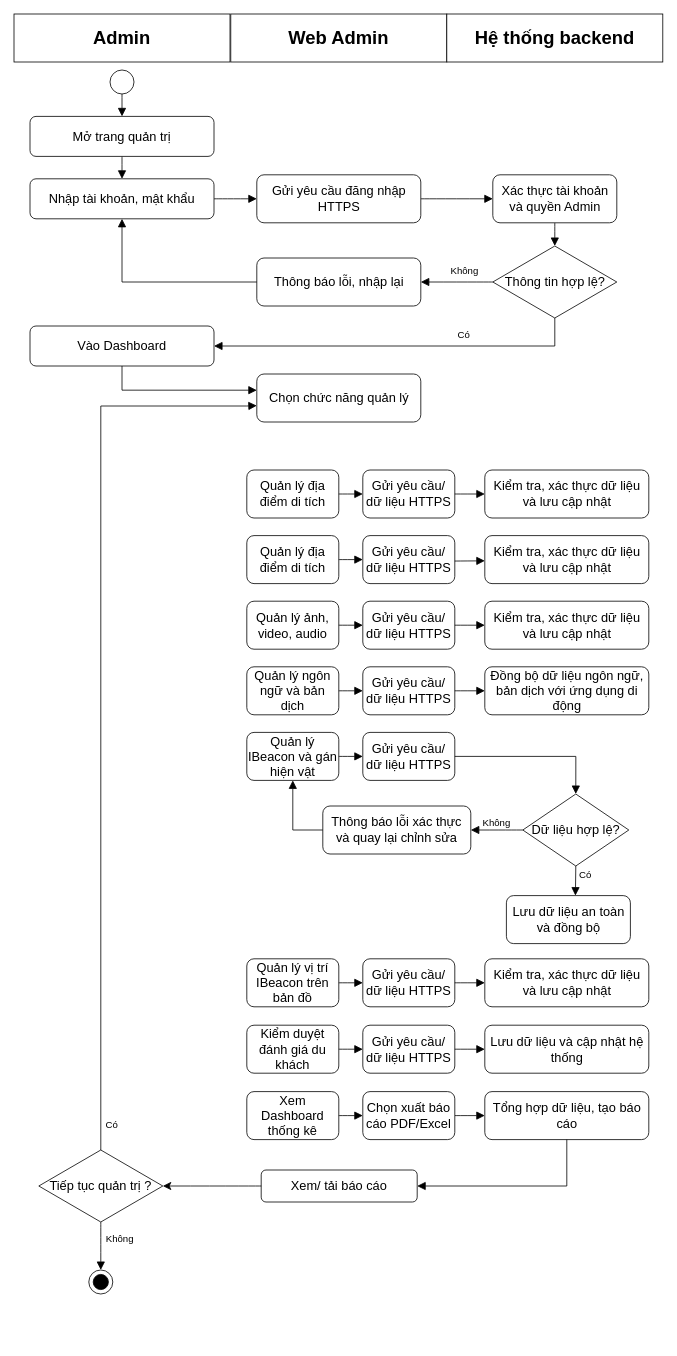
Above: Diagram/Activity/Untitled Diagram.drawio in Hoifbao/XDPMHDT (draw.io), before the change. Source tidied: cells renumbered, new cells numbered last; positions are measured from the earlier drawing's top-left corner, leaving out a move shared by most shapes. Both pictures are drawn from the tidied source at 80%, with x=0, y=0 at pixel (14, 14).
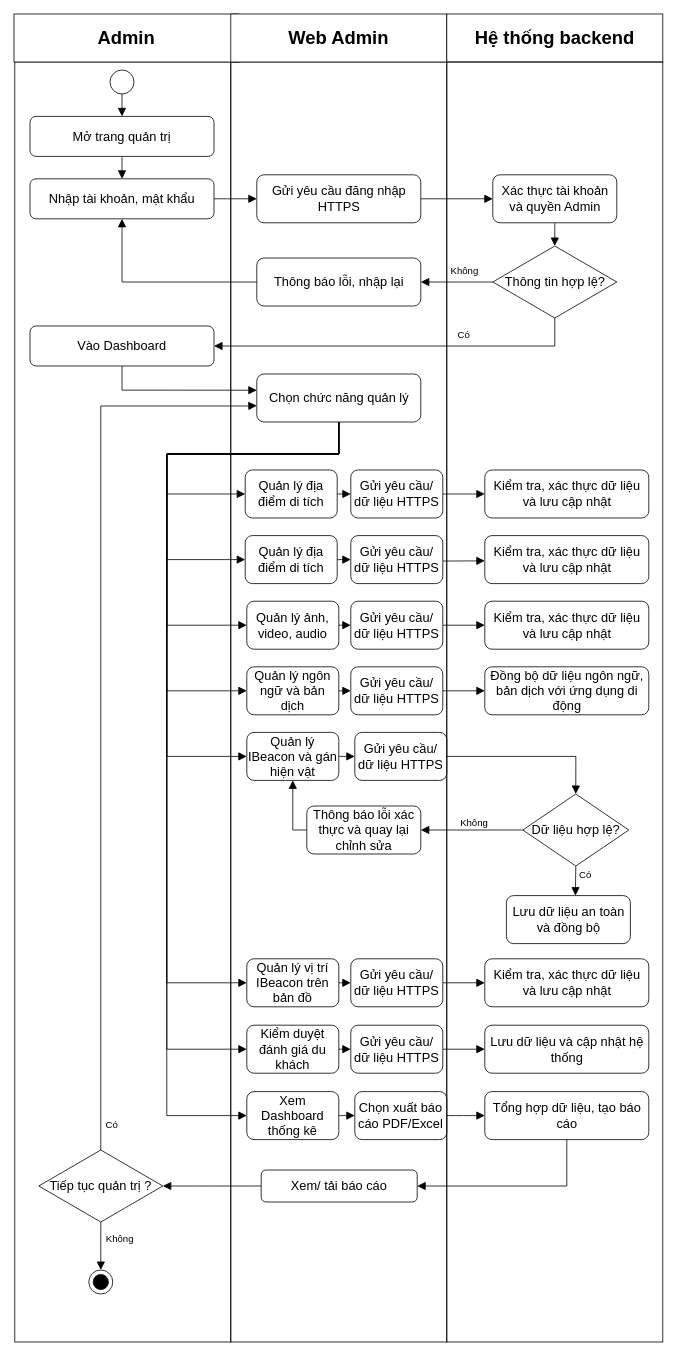
Above is the later version.

The change refers to these unchanged cells:
```xml
<mxCell id="30" value="&lt;span style=&quot;font-size: 16px;&quot;&gt;Quản lý ảnh, video, audio&lt;/span&gt;" style="rounded=1;whiteSpace=wrap;html=1;roundedPerimeter=1;" parent="1" vertex="1">
  <mxGeometry x="291" y="734" width="115" height="60" as="geometry" />
</mxCell>
<mxCell id="31" value="&lt;span style=&quot;font-size: 16px;&quot;&gt;Quản lý ngôn ngữ và bản dịch&lt;/span&gt;" style="rounded=1;whiteSpace=wrap;html=1;roundedPerimeter=1;" parent="1" vertex="1">
  <mxGeometry x="291" y="816" width="115" height="60" as="geometry" />
</mxCell>
<mxCell id="32" value="&lt;span style=&quot;font-size: 16px;&quot;&gt;Quản lý IBeacon và gán hiện vật&lt;/span&gt;" style="rounded=1;whiteSpace=wrap;html=1;roundedPerimeter=1;" parent="1" vertex="1">
  <mxGeometry x="291" y="898" width="115" height="60" as="geometry" />
</mxCell>
<mxCell id="33" value="&lt;font style=&quot;font-size: 16px;&quot;&gt;Chọn chức năng quản lý&lt;/font&gt;" style="rounded=1;whiteSpace=wrap;html=1;roundedPerimeter=1;" parent="1" vertex="1">
  <mxGeometry x="303.5" y="450" width="205" height="60" as="geometry" />
</mxCell>
<mxCell id="35" value="&lt;font style=&quot;font-size: 16px;&quot;&gt;Tiếp tục quản trị ?&lt;/font&gt;" style="rhombus;whiteSpace=wrap;html=1;shapeInside=1;" parent="1" vertex="1">
  <mxGeometry x="31" y="1420" width="155" height="90" as="geometry" />
</mxCell>
<mxCell id="55" value="&lt;span style=&quot;font-size: 16px;&quot;&gt;Quản lý vị trí IBeacon trên bản đồ&lt;/span&gt;" style="rounded=1;whiteSpace=wrap;html=1;roundedPerimeter=1;" parent="1" vertex="1">
  <mxGeometry x="291" y="1181" width="115" height="60" as="geometry" />
</mxCell>
<mxCell id="56" value="&lt;span style=&quot;font-size: 16px;&quot;&gt;Kiểm duyệt đánh giá du khách&lt;/span&gt;" style="rounded=1;whiteSpace=wrap;html=1;roundedPerimeter=1;" parent="1" vertex="1">
  <mxGeometry x="291" y="1264" width="115" height="60" as="geometry" />
</mxCell>
<mxCell id="57" value="&lt;span style=&quot;font-size: 16px;&quot;&gt;Xem Dashboard thống kê&lt;/span&gt;" style="rounded=1;whiteSpace=wrap;html=1;roundedPerimeter=1;" parent="1" vertex="1">
  <mxGeometry x="291" y="1347" width="115" height="60" as="geometry" />
</mxCell>
<mxCell id="58" value="&lt;span style=&quot;font-size: 16px;&quot;&gt;Xem/ tải báo cáo&lt;/span&gt;" style="rounded=1;whiteSpace=wrap;html=1;roundedPerimeter=1;" parent="1" vertex="1">
  <mxGeometry x="309" y="1445" width="195" height="40" as="geometry" />
</mxCell>
```

Change to the diagram source:
```diff
@@
+    <mxCell id="83" style="rounded=0;whiteSpace=wrap;html=1;fillColor=none;" parent="1" vertex="1">
+      <mxGeometry x="1" y="60" width="270" height="1600" as="geometry" />
+    </mxCell>
+    <mxCell id="84" style="rounded=0;whiteSpace=wrap;html=1;fillColor=none;" parent="1" vertex="1">
+      <mxGeometry x="271" y="60" width="270" height="1600" as="geometry" />
+    </mxCell>
     <mxCell id="2" value="&lt;font style=&quot;font-size: 23px;&quot;&gt;&lt;b&gt;Admin&lt;/b&gt;&lt;/font&gt;" style="rounded=0;whiteSpace=wrap;html=1;" parent="1" vertex="1">
-      <mxGeometry width="270" height="60" as="geometry" />
+      <mxGeometry width="281" height="60" as="geometry" />
     </mxCell>
@@
     <mxCell id="23" value="&lt;span style=&quot;font-size: 16px;&quot;&gt;Quản lý địa điểm di tích&lt;/span&gt;" style="rounded=1;whiteSpace=wrap;html=1;roundedPerimeter=1;" parent="1" vertex="1">
-      <mxGeometry x="291" y="570" width="115" height="60" as="geometry" />
+      <mxGeometry x="289" y="570" width="115" height="60" as="geometry" />
     </mxCell>
     <mxCell id="24" value="&lt;span style=&quot;font-size: 16px;&quot;&gt;Gửi yêu cầu/ dữ liệu HTTPS&lt;/span&gt;" style="rounded=1;whiteSpace=wrap;html=1;roundedPerimeter=1;" parent="1" vertex="1">
-      <mxGeometry x="436" y="570" width="115" height="60" as="geometry" />
+      <mxGeometry x="421" y="570" width="115" height="60" as="geometry" />
     </mxCell>
     <mxCell id="25" value="&lt;span style=&quot;font-size: 16px;&quot;&gt;Quản lý địa điểm di tích&lt;/span&gt;" style="rounded=1;whiteSpace=wrap;html=1;roundedPerimeter=1;" parent="1" vertex="1">
-      <mxGeometry x="291" y="652" width="115" height="60" as="geometry" />
+      <mxGeometry x="289" y="652" width="115" height="60" as="geometry" />
     </mxCell>
     <mxCell id="26" value="&lt;span style=&quot;font-size: 16px;&quot;&gt;Gửi yêu cầu/ dữ liệu HTTPS&lt;/span&gt;" style="rounded=1;whiteSpace=wrap;html=1;roundedPerimeter=1;" parent="1" vertex="1">
-      <mxGeometry x="436" y="652" width="115" height="60" as="geometry" />
+      <mxGeometry x="421" y="652" width="115" height="60" as="geometry" />
     </mxCell>
     <mxCell id="27" value="&lt;span style=&quot;font-size: 16px;&quot;&gt;Gửi yêu cầu/ dữ liệu HTTPS&lt;/span&gt;" style="rounded=1;whiteSpace=wrap;html=1;roundedPerimeter=1;" parent="1" vertex="1">
-      <mxGeometry x="436" y="734" width="115" height="60" as="geometry" />
+      <mxGeometry x="421" y="734" width="115" height="60" as="geometry" />
     </mxCell>
     <mxCell id="28" value="&lt;span style=&quot;font-size: 16px;&quot;&gt;Gửi yêu cầu/ dữ liệu HTTPS&lt;/span&gt;" style="rounded=1;whiteSpace=wrap;html=1;roundedPerimeter=1;" parent="1" vertex="1">
-      <mxGeometry x="436" y="816" width="115" height="60" as="geometry" />
+      <mxGeometry x="421" y="816" width="115" height="60" as="geometry" />
     </mxCell>
     <mxCell id="29" value="&lt;span style=&quot;font-size: 16px;&quot;&gt;Gửi yêu cầu/ dữ liệu HTTPS&lt;/span&gt;" style="rounded=1;whiteSpace=wrap;html=1;roundedPerimeter=1;" parent="1" vertex="1">
-      <mxGeometry x="436" y="898" width="115" height="60" as="geometry" />
+      <mxGeometry x="426" y="898" width="115" height="60" as="geometry" />
     </mxCell>
@@
     <mxCell id="41" value="&lt;span style=&quot;font-size: 16px;&quot;&gt;Thông báo lỗi xác thực và quay lại chỉnh sửa&lt;/span&gt;" style="rounded=1;whiteSpace=wrap;html=1;roundedPerimeter=1;" parent="1" vertex="1">
-      <mxGeometry x="386" y="990" width="185" height="60" as="geometry" />
+      <mxGeometry x="366" y="990" width="142.5" height="60" as="geometry" />
     </mxCell>
@@
     <mxCell id="52" value="&lt;span style=&quot;font-size: 16px;&quot;&gt;Gửi yêu cầu/ dữ liệu HTTPS&lt;/span&gt;" style="rounded=1;whiteSpace=wrap;html=1;roundedPerimeter=1;" parent="1" vertex="1">
-      <mxGeometry x="436" y="1264" width="115" height="60" as="geometry" />
+      <mxGeometry x="421" y="1264" width="115" height="60" as="geometry" />
     </mxCell>
     <mxCell id="53" value="&lt;span style=&quot;font-size: 16px;&quot;&gt;Gửi yêu cầu/ dữ liệu HTTPS&lt;/span&gt;" style="rounded=1;whiteSpace=wrap;html=1;roundedPerimeter=1;" parent="1" vertex="1">
-      <mxGeometry x="436" y="1181" width="115" height="60" as="geometry" />
+      <mxGeometry x="421" y="1181" width="115" height="60" as="geometry" />
     </mxCell>
     <mxCell id="54" value="&lt;span style=&quot;font-size: 16px;&quot;&gt;Chọn xuất báo cáo PDF/Excel&lt;/span&gt;" style="rounded=1;whiteSpace=wrap;html=1;roundedPerimeter=1;" parent="1" vertex="1">
-      <mxGeometry x="436" y="1347" width="115" height="60" as="geometry" />
+      <mxGeometry x="426" y="1347" width="115" height="60" as="geometry" />
     </mxCell>
@@
-    <mxCell id="66" style="endArrow=classic;html=1;rounded=0;fontSize=12;startSize=8;endSize=8;curved=1;exitX=0;exitY=0.5;exitDx=0;exitDy=0;entryX=1;entryY=0.5;entryDx=0;entryDy=0;" parent="1" edge="1" source="58" target="35">
+    <mxCell id="66" style="endArrow=block;html=1;rounded=0;fontSize=12;startSize=8;endSize=8;curved=1;exitX=0;exitY=0.5;exitDx=0;exitDy=0;entryX=1;entryY=0.5;entryDx=0;entryDy=0;endFill=1;" parent="1" edge="1" source="58" target="35">
       <mxGeometry relative="1" as="geometry" />
     </mxCell>
@@
+    <mxCell id="85" style="endArrow=block;html=1;rounded=0;fontSize=12;startSize=8;endSize=8;endFill=1;exitX=0.5;exitY=1;exitDx=0;exitDy=0;edgeStyle=orthogonalEdgeStyle;entryX=0;entryY=0.5;entryDx=0;entryDy=0;" parent="1" edge="1" source="33" target="32">
+      <mxGeometry x="0.4" relative="1" as="geometry">
+        <Array as="points">
+          <mxPoint x="406" y="550" />
+          <mxPoint x="191" y="550" />
+          <mxPoint x="191" y="928" />
+        </Array>
+      </mxGeometry>
+    </mxCell>
+    <mxCell id="86" style="endArrow=block;html=1;rounded=0;fontSize=12;startSize=8;endSize=8;endFill=1;exitX=0.5;exitY=1;exitDx=0;exitDy=0;edgeStyle=orthogonalEdgeStyle;entryX=0;entryY=0.5;entryDx=0;entryDy=0;" parent="1" edge="1" source="33" target="31">
+      <mxGeometry x="0.62" relative="1" as="geometry">
+        <Array as="points">
+          <mxPoint x="406" y="550" />
+          <mxPoint x="191" y="550" />
+          <mxPoint x="191" y="846" />
+        </Array>
+      </mxGeometry>
+    </mxCell>
+    <mxCell id="87" style="endArrow=block;html=1;rounded=0;fontSize=12;startSize=8;endSize=8;endFill=1;exitX=0.5;exitY=1;exitDx=0;exitDy=0;edgeStyle=orthogonalEdgeStyle;entryX=0;entryY=0.5;entryDx=0;entryDy=0;" parent="1" edge="1" source="33" target="30">
+      <mxGeometry x="0.46" relative="1" as="geometry">
+        <Array as="points">
+          <mxPoint x="406" y="550" />
+          <mxPoint x="191" y="550" />
+          <mxPoint x="191" y="764" />
+        </Array>
+      </mxGeometry>
+    </mxCell>
+    <mxCell id="88" style="endArrow=block;html=1;rounded=0;fontSize=12;startSize=8;endSize=8;endFill=1;exitX=0.5;exitY=1;exitDx=0;exitDy=0;edgeStyle=orthogonalEdgeStyle;entryX=0;entryY=0.5;entryDx=0;entryDy=0;" parent="1" edge="1" source="33" target="25">
+      <mxGeometry x="0.61" relative="1" as="geometry">
+        <Array as="points">
+          <mxPoint x="406" y="550" />
+          <mxPoint x="191" y="550" />
+          <mxPoint x="191" y="682" />
+        </Array>
+      </mxGeometry>
+    </mxCell>
+    <mxCell id="89" style="endArrow=block;html=1;rounded=0;fontSize=12;startSize=8;endSize=8;endFill=1;exitX=0.5;exitY=1;exitDx=0;exitDy=0;edgeStyle=orthogonalEdgeStyle;entryX=0;entryY=0.5;entryDx=0;entryDy=0;" parent="1" edge="1" source="33" target="23">
+      <mxGeometry x="0.65" relative="1" as="geometry">
+        <Array as="points">
+          <mxPoint x="406" y="550" />
+          <mxPoint x="191" y="550" />
+          <mxPoint x="191" y="600" />
+        </Array>
+      </mxGeometry>
+    </mxCell>
+    <mxCell id="90" style="endArrow=block;html=1;rounded=0;fontSize=12;startSize=8;endSize=8;endFill=1;exitX=0.5;exitY=1;exitDx=0;exitDy=0;edgeStyle=orthogonalEdgeStyle;entryX=0;entryY=0.5;entryDx=0;entryDy=0;" parent="1" edge="1" source="33" target="55">
+      <mxGeometry x="0.03" relative="1" as="geometry">
+        <Array as="points">
+          <mxPoint x="406" y="550" />
+          <mxPoint x="191" y="550" />
+          <mxPoint x="191" y="1211" />
+        </Array>
+      </mxGeometry>
+    </mxCell>
+    <mxCell id="91" style="endArrow=block;html=1;rounded=0;fontSize=12;startSize=8;endSize=8;endFill=1;exitX=0.5;exitY=1;exitDx=0;exitDy=0;edgeStyle=orthogonalEdgeStyle;entryX=0;entryY=0.5;entryDx=0;entryDy=0;" parent="1" edge="1" source="33" target="56">
+      <mxGeometry x="-0.05" relative="1" as="geometry">
+        <Array as="points">
+          <mxPoint x="406" y="550" />
+          <mxPoint x="191" y="550" />
+          <mxPoint x="191" y="1294" />
+        </Array>
+      </mxGeometry>
+    </mxCell>
+    <mxCell id="92" value="&lt;div&gt;&lt;br&gt;&lt;/div&gt;&lt;div&gt;&lt;br&gt;&lt;/div&gt;" style="endArrow=block;html=1;rounded=0;fontSize=12;startSize=8;endSize=8;endFill=1;exitX=0.5;exitY=1;exitDx=0;exitDy=0;edgeStyle=orthogonalEdgeStyle;entryX=0;entryY=0.5;entryDx=0;entryDy=0;" parent="1" edge="1" source="33" target="57">
+      <mxGeometry x="-0.03" relative="1" as="geometry">
+        <Array as="points">
+          <mxPoint x="406" y="550" />
+          <mxPoint x="191" y="550" />
+          <mxPoint x="191" y="1377" />
+        </Array>
+      </mxGeometry>
+    </mxCell>
+    <mxCell id="93" style="rounded=0;whiteSpace=wrap;html=1;fillColor=none;" parent="1" vertex="1">
+      <mxGeometry x="541" y="60" width="270" height="1600" as="geometry" />
+    </mxCell>
```
